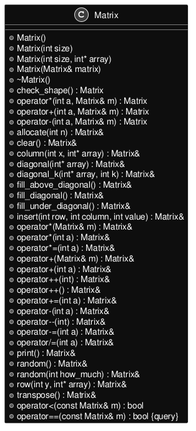
MaciejWojs/Matrix keeps this PlantUML diagram as inline_umlgraph_1.png. Above is the earlier version.
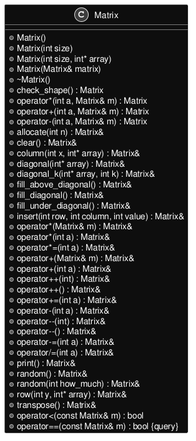
The same diagram one commit later.

Diff of the diagram source:
```diff
@@ -31,6 +31,7 @@
 +operator+=(int a) : Matrix&
 +operator-(int a) : Matrix&
 +operator--(int) : Matrix&
++operator--() : Matrix&
 +operator-=(int a) : Matrix&
 +operator/=(int a) : Matrix&
 +print() : Matrix&
```
